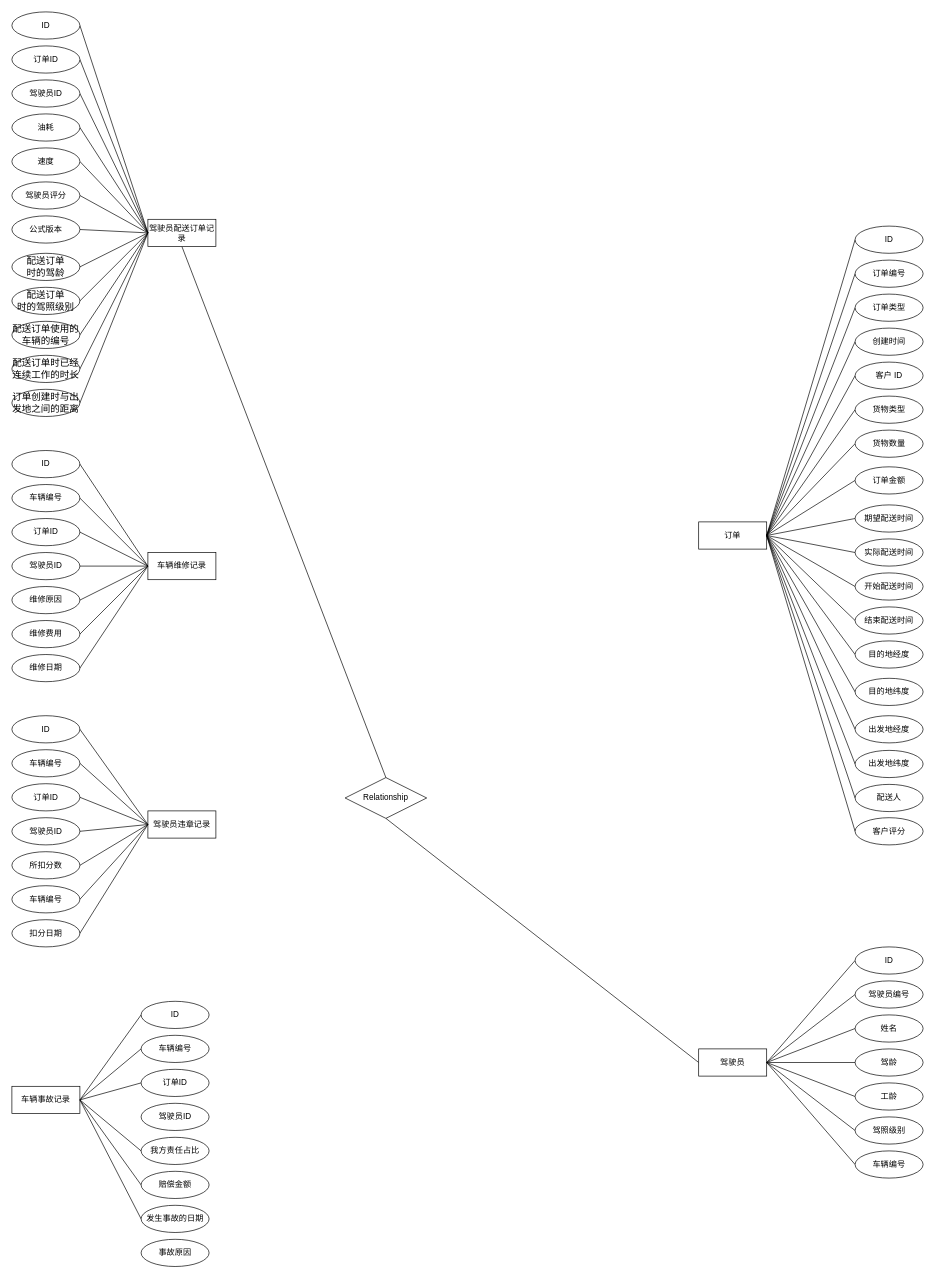
The draw.io diagram 小论文/ER图.drawio in YoungYo/drawio, before the edit. Source tidied: cells renumbered, new cells numbered last; positions are measured from the earlier drawing's top-left corner, leaving out a move shared by most shapes. Both pictures are drawn from the tidied source at 68%, with x=0, y=0 at pixel (12, 12).
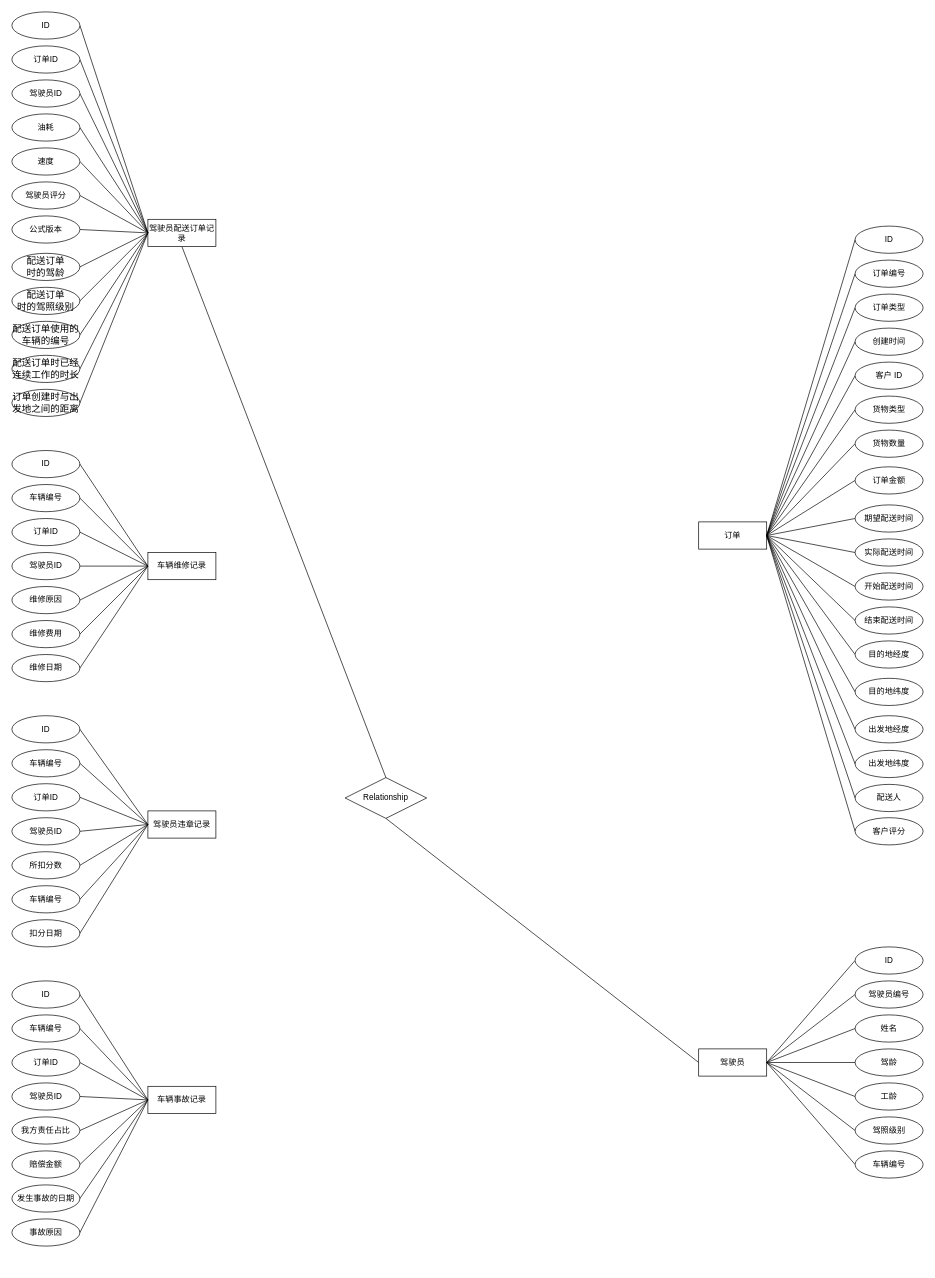
The same diagram, later.

Diff of the diagram source:
```diff
@@
     <mxCell id="6" value="车辆事故记录" style="whiteSpace=wrap;html=1;align=center;" parent="1" vertex="1">
-      <mxGeometry y="1580" width="100" height="40" as="geometry" />
+      <mxGeometry x="200" y="1580" width="100" height="40" as="geometry" />
     </mxCell>
-    <mxCell id="7" style="endArrow=none;html=1;rounded=0;entryX=0;entryY=0.5;entryDx=0;entryDy=0;exitX=1;exitY=0.5;exitDx=0;exitDy=0;" parent="1" edge="1" source="6" target="14">
-      <mxGeometry relative="1" as="geometry" />
-    </mxCell>
-    <mxCell id="8" style="endArrow=none;html=1;rounded=0;entryX=0;entryY=0.5;entryDx=0;entryDy=0;exitX=1;exitY=0.5;exitDx=0;exitDy=0;" parent="1" edge="1" source="6" target="15">
-      <mxGeometry relative="1" as="geometry" />
-    </mxCell>
-    <mxCell id="9" style="endArrow=none;html=1;rounded=0;entryX=0;entryY=0.5;entryDx=0;entryDy=0;exitX=1;exitY=0.5;exitDx=0;exitDy=0;" parent="1" edge="1" source="6" target="16">
-      <mxGeometry relative="1" as="geometry" />
-    </mxCell>
-    <mxCell id="10" style="endArrow=none;html=1;rounded=0;entryX=0;entryY=0.5;entryDx=0;entryDy=0;exitX=1;exitY=0.5;exitDx=0;exitDy=0;" parent="1" edge="1" source="6" target="18">
-      <mxGeometry relative="1" as="geometry" />
-    </mxCell>
-    <mxCell id="11" style="endArrow=none;html=1;rounded=0;entryX=0;entryY=0.5;entryDx=0;entryDy=0;exitX=1;exitY=0.5;exitDx=0;exitDy=0;" parent="1" edge="1" source="6" target="19">
-      <mxGeometry relative="1" as="geometry" />
-    </mxCell>
-    <mxCell id="12" style="endArrow=none;html=1;rounded=0;entryX=0;entryY=0.5;entryDx=0;entryDy=0;exitX=1;exitY=0.5;exitDx=0;exitDy=0;" parent="1" edge="1" source="6" target="20">
-      <mxGeometry relative="1" as="geometry" />
-    </mxCell>
-    <mxCell id="13" style="group;" parent="1" vertex="1">
-      <mxGeometry x="190" y="1455" width="100" height="290" as="geometry" />
-    </mxCell>
-    <mxCell id="14" value="ID" style="ellipse;whiteSpace=wrap;html=1;align=center;fontStyle=0;" parent="13" vertex="1">
-      <mxGeometry width="100" height="40" as="geometry" />
-    </mxCell>
-    <mxCell id="15" value="车辆编号" style="ellipse;whiteSpace=wrap;html=1;align=center;fontStyle=0;" parent="13" vertex="1">
-      <mxGeometry y="50" width="100" height="40" as="geometry" />
-    </mxCell>
-    <mxCell id="16" value="订单ID" style="ellipse;whiteSpace=wrap;html=1;align=center;fontStyle=0;" parent="13" vertex="1">
-      <mxGeometry y="100" width="100" height="40" as="geometry" />
-    </mxCell>
-    <mxCell id="17" value="驾驶员ID" style="ellipse;whiteSpace=wrap;html=1;align=center;fontStyle=0;" parent="13" vertex="1">
-      <mxGeometry y="150" width="100" height="40" as="geometry" />
-    </mxCell>
-    <mxCell id="18" value="我方责任占比" style="ellipse;whiteSpace=wrap;html=1;align=center;fontStyle=0;" parent="1" vertex="1">
-      <mxGeometry x="190" y="1655" width="100" height="40" as="geometry" />
-    </mxCell>
-    <mxCell id="19" value="赔偿金额" style="ellipse;whiteSpace=wrap;html=1;align=center;strokeColor=#000000;" parent="1" vertex="1">
-      <mxGeometry x="190" y="1705" width="100" height="40" as="geometry" />
-    </mxCell>
-    <mxCell id="20" value="发生事故的日期" style="ellipse;whiteSpace=wrap;html=1;align=center;strokeColor=#000000;" parent="1" vertex="1">
-      <mxGeometry x="190" y="1755" width="100" height="40" as="geometry" />
-    </mxCell>
-    <mxCell id="21" value="事故原因" style="ellipse;whiteSpace=wrap;html=1;align=center;strokeColor=#000000;" parent="1" vertex="1">
-      <mxGeometry x="190" y="1805" width="100" height="40" as="geometry" />
-    </mxCell>
@@
+    <mxCell id="138" style="group;" parent="1" vertex="1">
+      <mxGeometry y="1425" width="100" height="390" as="geometry" />
+    </mxCell>
+    <mxCell id="13" style="group;" parent="138" vertex="1">
+      <mxGeometry width="100" height="290" as="geometry" />
+    </mxCell>
+    <mxCell id="14" value="ID" style="ellipse;whiteSpace=wrap;html=1;align=center;fontStyle=0;" parent="13" vertex="1">
+      <mxGeometry width="100" height="40" as="geometry" />
+    </mxCell>
+    <mxCell id="15" value="车辆编号" style="ellipse;whiteSpace=wrap;html=1;align=center;fontStyle=0;" parent="13" vertex="1">
+      <mxGeometry y="50" width="100" height="40" as="geometry" />
+    </mxCell>
+    <mxCell id="16" value="订单ID" style="ellipse;whiteSpace=wrap;html=1;align=center;fontStyle=0;" parent="13" vertex="1">
+      <mxGeometry y="100" width="100" height="40" as="geometry" />
+    </mxCell>
+    <mxCell id="17" value="驾驶员ID" style="ellipse;whiteSpace=wrap;html=1;align=center;fontStyle=0;" parent="13" vertex="1">
+      <mxGeometry y="150" width="100" height="40" as="geometry" />
+    </mxCell>
+    <mxCell id="18" value="我方责任占比" style="ellipse;whiteSpace=wrap;html=1;align=center;fontStyle=0;" parent="138" vertex="1">
+      <mxGeometry y="200" width="100" height="40" as="geometry" />
+    </mxCell>
+    <mxCell id="19" value="赔偿金额" style="ellipse;whiteSpace=wrap;html=1;align=center;strokeColor=#000000;" parent="138" vertex="1">
+      <mxGeometry y="250" width="100" height="40" as="geometry" />
+    </mxCell>
+    <mxCell id="20" value="发生事故的日期" style="ellipse;whiteSpace=wrap;html=1;align=center;strokeColor=#000000;" parent="138" vertex="1">
+      <mxGeometry y="300" width="100" height="40" as="geometry" />
+    </mxCell>
+    <mxCell id="21" value="事故原因" style="ellipse;whiteSpace=wrap;html=1;align=center;strokeColor=#000000;" parent="138" vertex="1">
+      <mxGeometry y="350" width="100" height="40" as="geometry" />
+    </mxCell>
+    <mxCell id="139" style="endArrow=none;html=1;rounded=0;exitX=1;exitY=0.5;exitDx=0;exitDy=0;entryX=0;entryY=0.5;entryDx=0;entryDy=0;" parent="1" edge="1" source="14" target="6">
+      <mxGeometry relative="1" as="geometry" />
+    </mxCell>
+    <mxCell id="140" style="endArrow=none;html=1;rounded=0;exitX=1;exitY=0.5;exitDx=0;exitDy=0;entryX=0;entryY=0.5;entryDx=0;entryDy=0;" parent="1" edge="1" source="15" target="6">
+      <mxGeometry relative="1" as="geometry" />
+    </mxCell>
+    <mxCell id="141" style="endArrow=none;html=1;rounded=0;exitX=1;exitY=0.5;exitDx=0;exitDy=0;entryX=0;entryY=0.5;entryDx=0;entryDy=0;" parent="1" edge="1" source="16" target="6">
+      <mxGeometry relative="1" as="geometry" />
+    </mxCell>
+    <mxCell id="142" style="endArrow=none;html=1;rounded=0;exitX=1;exitY=0.5;exitDx=0;exitDy=0;entryX=0;entryY=0.5;entryDx=0;entryDy=0;" parent="1" edge="1" source="17" target="6">
+      <mxGeometry relative="1" as="geometry" />
+    </mxCell>
+    <mxCell id="143" style="endArrow=none;html=1;rounded=0;exitX=1;exitY=0.5;exitDx=0;exitDy=0;entryX=0;entryY=0.5;entryDx=0;entryDy=0;" parent="1" edge="1" source="18" target="6">
+      <mxGeometry relative="1" as="geometry" />
+    </mxCell>
+    <mxCell id="144" style="endArrow=none;html=1;rounded=0;exitX=1;exitY=0.5;exitDx=0;exitDy=0;entryX=0;entryY=0.5;entryDx=0;entryDy=0;" parent="1" edge="1" source="19" target="6">
+      <mxGeometry relative="1" as="geometry" />
+    </mxCell>
+    <mxCell id="145" style="endArrow=none;html=1;rounded=0;exitX=1;exitY=0.5;exitDx=0;exitDy=0;entryX=0;entryY=0.5;entryDx=0;entryDy=0;" parent="1" edge="1" source="20" target="6">
+      <mxGeometry relative="1" as="geometry" />
+    </mxCell>
+    <mxCell id="146" style="endArrow=none;html=1;rounded=0;exitX=1;exitY=0.5;exitDx=0;exitDy=0;entryX=0;entryY=0.5;entryDx=0;entryDy=0;" parent="1" edge="1" source="21" target="6">
+      <mxGeometry relative="1" as="geometry" />
+    </mxCell>
```
